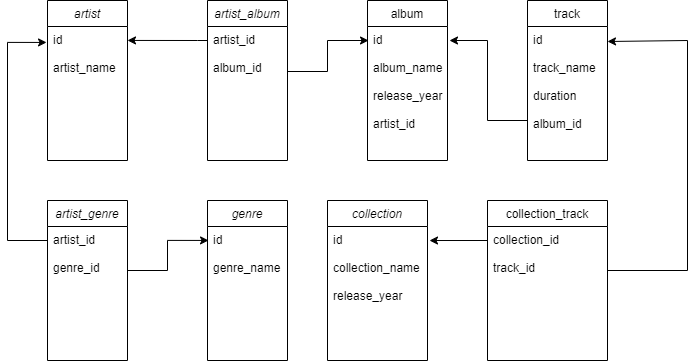
Above: audio_class_diagram_3.drawio.png in Varyag-Ingvar/HW_Netology_SQL_3 (draw.io), before the change. Source tidied: cells renumbered, new cells last; positions are measured from the earlier drawing's top-left corner, leaving out a move shared by most shapes.
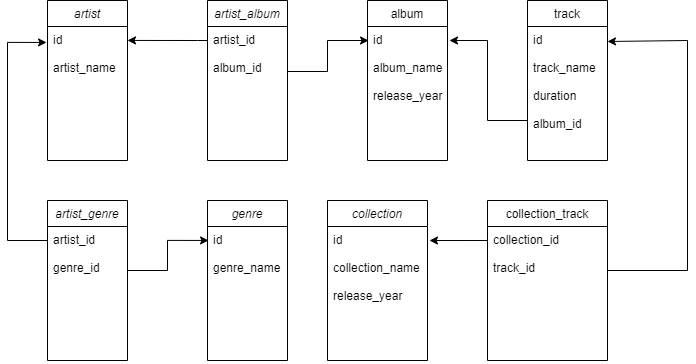
Later version of the same file.

What changed in the source:
```diff
@@ -17,7 +17,7 @@
     <mxCell id="6" value="album" style="swimlane;fontStyle=0;align=center;verticalAlign=top;horizontal=1;startSize=26;rounded=0;shadow=0;strokeWidth=1;" parent="1" vertex="1">
       <mxGeometry x="360" width="80" height="160" as="geometry" />
     </mxCell>
-    <mxCell id="7" value="id&#10;&#10;album_name&#10;&#10;release_year&#10;&#10;artist_id" style="text;align=left;verticalAlign=top;spacingLeft=4;spacingRight=4;overflow=hidden;" parent="6" vertex="1">
+    <mxCell id="7" value="id&#10;&#10;album_name&#10;&#10;release_year&#10;&#10;" style="text;align=left;verticalAlign=top;spacingLeft=4;spacingRight=4;overflow=hidden;" parent="6" vertex="1">
       <mxGeometry y="26" width="80" height="134" as="geometry" />
     </mxCell>
     <mxCell id="8" style="edgeStyle=orthogonalEdgeStyle;rounded=0;orthogonalLoop=1;jettySize=auto;html=1;" parent="1" edge="1">
```
